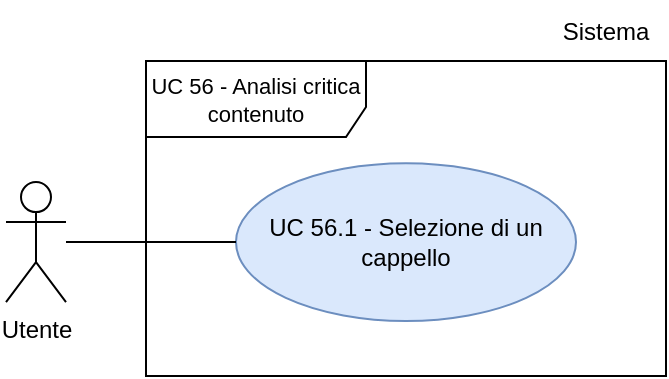
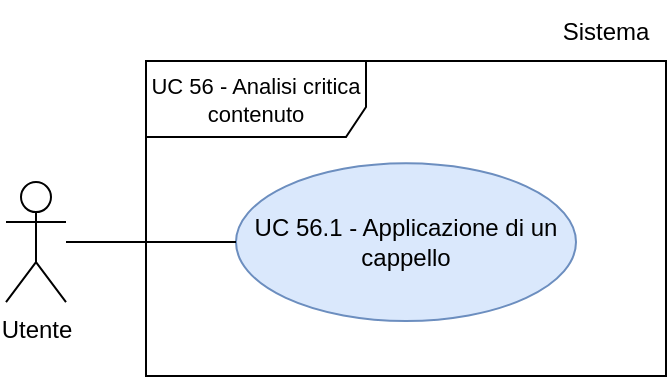
- <mxGraphModel dx="1069" dy="558" grid="1" gridSize="10" guides="1" tooltips="1" connect="1" arrows="1" fold="1" page="1" pageScale="1" pageWidth="1169" pageHeight="827" math="0" shadow="0">
-   <root>
-     <mxCell id="0" />
-     <mxCell id="1" parent="0" />
-     <mxCell id="actor-user" parent="1" style="shape=umlActor;verticalLabelPosition=bottom;verticalAlign=top;html=1;outlineConnect=0;fontSize=12;" value="Utente" vertex="1">
-       <mxGeometry height="60" width="30" x="270" y="223.06" as="geometry" />
-     </mxCell>
-     <mxCell id="boundary-uc52" parent="1" style="shape=umlFrame;whiteSpace=wrap;html=1;pointerEvents=0;width=110;height=38;fontSize=11;align=center;" value="UC 56 - Analisi critica contenuto" vertex="1">
-       <mxGeometry height="157.5" width="260" x="340" y="162.5" as="geometry" />
-     </mxCell>
-     <mxCell id="uc52-1" parent="boundary-uc52" style="ellipse;whiteSpace=wrap;html=1;fillColor=#dae8fc;strokeColor=#6c8ebf;fontSize=11;pointerEvents=1;" value="&lt;font style=&quot;font-size: 12px;&quot;&gt;UC 56.1 - Selezione di un cappello&lt;/font&gt;" vertex="1">
-       <mxGeometry height="78.88" width="170" x="45" y="51.12" as="geometry" />
-     </mxCell>
-     <mxCell id="assoc-user-uc52-1" edge="1" parent="1" source="actor-user" style="edgeStyle=none;rounded=0;orthogonalLoop=1;jettySize=auto;html=1;endArrow=none;endFill=0;" target="uc52-1">
-       <mxGeometry relative="1" as="geometry" />
-     </mxCell>
-     <mxCell id="4S_GJxI6N92lzNAu5wbE-16" parent="1" style="text;html=1;whiteSpace=wrap;strokeColor=none;fillColor=none;align=center;verticalAlign=middle;rounded=0;" value="Sistema" vertex="1">
-       <mxGeometry height="30" width="60" x="540" y="132.5" as="geometry" />
-     </mxCell>
-   </root>
- </mxGraphModel>
+ <mxfile host="Electron" agent="Mozilla/5.0 (Macintosh; Intel Mac OS X 10_15_7) AppleWebKit/537.36 (KHTML, like Gecko) draw.io/29.6.6 Chrome/144.0.7559.236 Electron/40.8.4 Safari/537.36" version="29.6.6">
+   <diagram id="9UlKhZfvOwFqFj8tjZfo" name="Page-1">
+     <mxGraphModel dx="976" dy="656" grid="1" gridSize="10" guides="1" tooltips="1" connect="1" arrows="1" fold="1" page="1" pageScale="1" pageWidth="1169" pageHeight="827" math="0" shadow="0">
+       <root>
+         <mxCell id="0" />
+         <mxCell id="1" parent="0" />
+         <mxCell id="actor-user" parent="1" style="shape=umlActor;verticalLabelPosition=bottom;verticalAlign=top;html=1;outlineConnect=0;fontSize=12;" value="Utente" vertex="1">
+           <mxGeometry height="60" width="30" x="270" y="223.06" as="geometry" />
+         </mxCell>
+         <mxCell id="boundary-uc52" parent="1" style="shape=umlFrame;whiteSpace=wrap;html=1;pointerEvents=0;width=110;height=38;fontSize=11;align=center;" value="UC 56 - Analisi critica contenuto" vertex="1">
+           <mxGeometry height="157.5" width="260" x="340" y="162.5" as="geometry" />
+         </mxCell>
+         <mxCell id="uc52-1" parent="boundary-uc52" style="ellipse;whiteSpace=wrap;html=1;fillColor=#dae8fc;strokeColor=#6c8ebf;fontSize=11;pointerEvents=1;" value="&lt;font style=&quot;font-size: 12px;&quot;&gt;UC 56.1 - Applicazione di un cappello&lt;/font&gt;" vertex="1">
+           <mxGeometry height="78.88" width="170" x="45" y="51.12" as="geometry" />
+         </mxCell>
+         <mxCell id="assoc-user-uc52-1" edge="1" parent="1" source="actor-user" style="edgeStyle=none;rounded=0;orthogonalLoop=1;jettySize=auto;html=1;endArrow=none;endFill=0;" target="uc52-1">
+           <mxGeometry relative="1" as="geometry" />
+         </mxCell>
+         <mxCell id="4S_GJxI6N92lzNAu5wbE-16" parent="1" style="text;html=1;whiteSpace=wrap;strokeColor=none;fillColor=none;align=center;verticalAlign=middle;rounded=0;" value="Sistema" vertex="1">
+           <mxGeometry height="30" width="60" x="540" y="132.5" as="geometry" />
+         </mxCell>
+       </root>
+     </mxGraphModel>
+   </diagram>
+ </mxfile>
